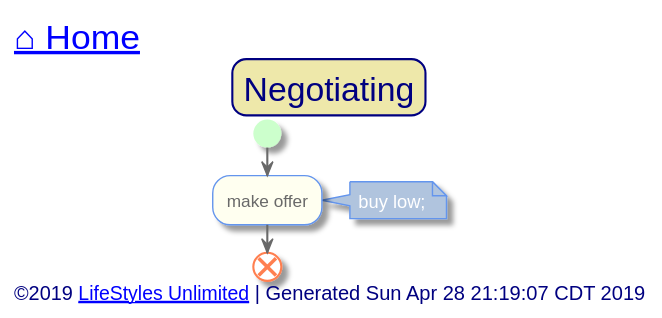
Before: out/src/single-family/negotiating.svg, a diagram exported from PlantUML (toddmo/lifestylesunlimited).
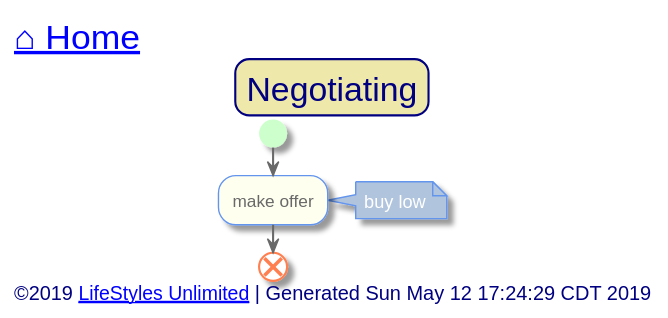
The same file after the commit.

What changed in the source:
```diff
@@ -83,13 +83,13 @@
 
 	start
 		:make offer;
-		note right: buy low;
+		note right: buy low
 
 	end
 
 
 left footer
-	<font size=14>©2019 [[http://www.lifestylesunlimited.com LifeStyles Unlimited]] | Generated Sun Apr 28 21:19:07 CDT 2019</font>
+	<font size=14>©2019 [[http://www.lifestylesunlimited.com LifeStyles Unlimited]] | Generated Sun May 12 17:24:29 CDT 2019</font>
 endfooter
 
 
```
